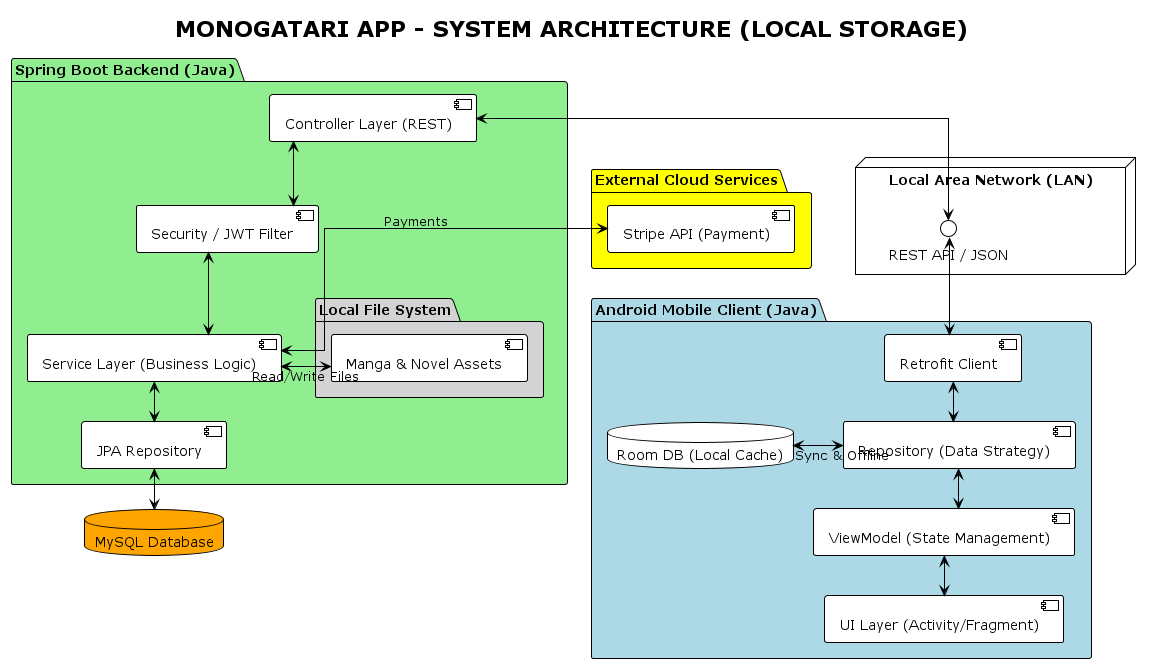
Earlier version of the PlantUML export docs/system-architecture/monogatari-system-architecture.png (Nam000p/monogatari). Source of this version:
```plantuml
@startuml monogatari-system-architecture
title MONOGATARI APP - SYSTEM ARCHITECTURE (LOCAL STORAGE)
!theme plain
skinparam componentStyle uml2
skinparam linetype ortho
skinparam nodesep 50
skinparam ranksep 40

top to bottom direction

package "External Cloud Services" #Yellow {
    [Stripe API (Payment)] as Stripe
}

package "Spring Boot Backend (Java)" #LightGreen {
    [Controller Layer (REST)] as Controller
    [Security / JWT Filter] as Security
    [Service Layer (Business Logic)] as Service
    [JPA Repository] as JpaRepo

    folder "Local File System" #LightGray {
        [Manga & Novel Assets] as FileStorage
    }
}

database "MySQL Database" as MySQL #Orange

node "Local Area Network (LAN)" #White {
    interface "REST API / JSON" as API
}

package "Android Mobile Client (Java)" #LightBlue {
    [Retrofit Client] as Retrofit
    [Repository (Data Strategy)] as AndroidRepo
    database "Room DB (Local Cache)" as Room
    [ViewModel (State Management)] as VM
    [UI Layer (Activity/Fragment)] as UI
}

Stripe <--> Service : "Payments"
Service <-right-> FileStorage : "Read/Write Files"
Controller <-down-> Security
Security <-down-> Service
Service <-down-> JpaRepo
JpaRepo <-down-> MySQL

Controller <-down-> API

API <-down-> Retrofit
Retrofit <-down-> AndroidRepo
AndroidRepo <-left-> Room : "Sync & Offline"
AndroidRepo <-down-> VM
VM <-down-> UI

@endum
```
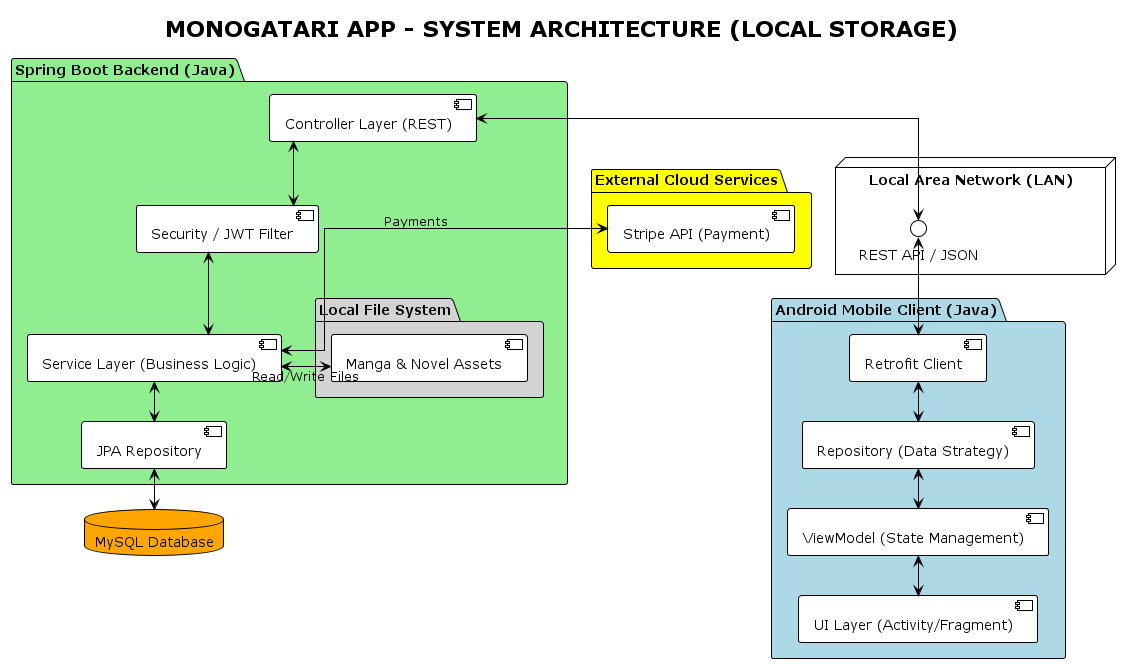
After the change.

Commit message:
feat: Update README with project details and architecture; add ERD diagram and refine system architecture documentation

Diff of the diagram source:
```diff
@@ -32,7 +32,6 @@
 package "Android Mobile Client (Java)" #LightBlue {
     [Retrofit Client] as Retrofit
     [Repository (Data Strategy)] as AndroidRepo
-    database "Room DB (Local Cache)" as Room
     [ViewModel (State Management)] as VM
     [UI Layer (Activity/Fragment)] as UI
 }
@@ -48,7 +47,6 @@
 
 API <-down-> Retrofit
 Retrofit <-down-> AndroidRepo
-AndroidRepo <-left-> Room : "Sync & Offline"
 AndroidRepo <-down-> VM
 VM <-down-> UI
 
```
